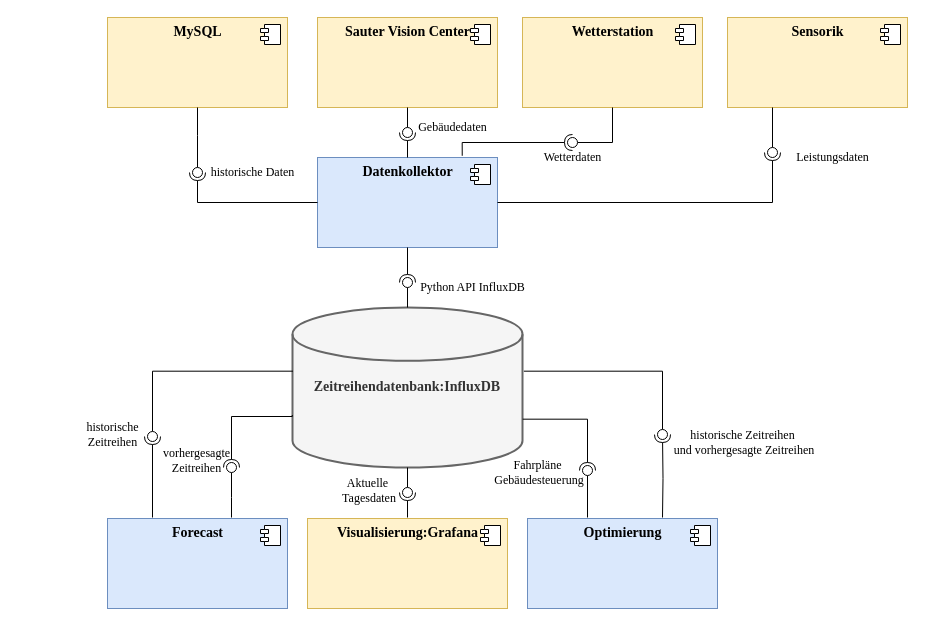
The draw.io diagram Diagramms/DrawIO/uml.drawio in OberMarco/OpenSourceSoftwareUML, before the edit. Source tidied: cells renumbered, new cells numbered last; positions are measured from the earlier drawing's top-left corner, leaving out a move shared by most shapes. Both pictures are drawn from the tidied source at 100%, with x=0, y=0 at pixel (77, 17).
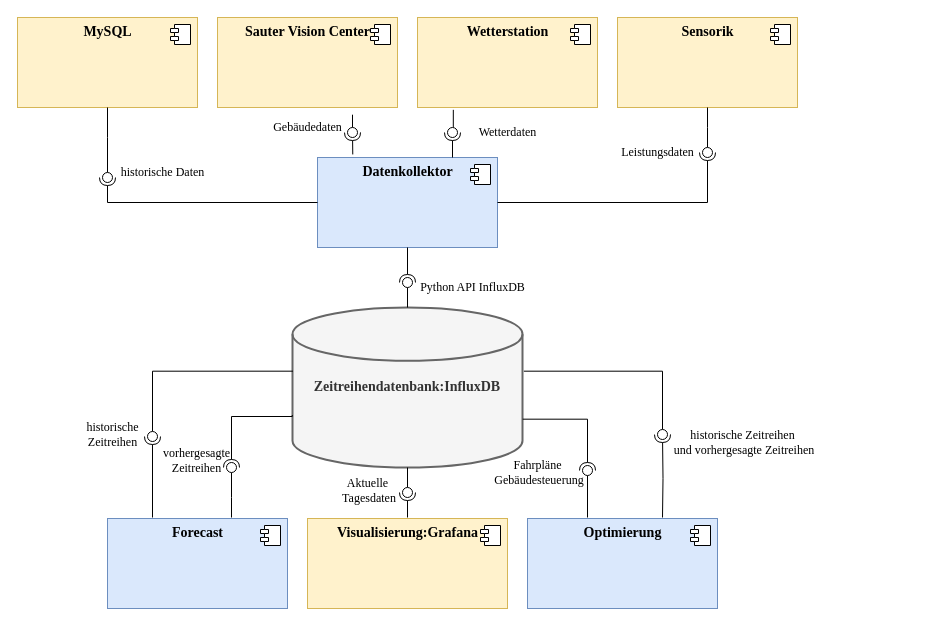
After the change.

Unchanged cells that the change refers to:
```xml
<mxCell id="9" value="Datenkollektor" style="html=1;fontFamily=Garamond;fontSize=14;fontStyle=1;verticalAlign=top;fillColor=#dae8fc;strokeColor=#6c8ebf;" parent="1" vertex="1">
  <mxGeometry x="240" y="140" width="180" height="90" as="geometry" />
</mxCell>
```

The edit, as a diff of the source:
```diff
@@
     <mxCell id="11" value="MySQL" style="html=1;fontFamily=Garamond;fontSize=14;fontStyle=1;verticalAlign=top;fillColor=#fff2cc;strokeColor=#d6b656;" parent="1" vertex="1">
-      <mxGeometry x="30" width="180" height="90" as="geometry" />
+      <mxGeometry x="-60" width="180" height="90" as="geometry" />
     </mxCell>
@@
     <mxCell id="13" value="Sauter Vision Center" style="html=1;fontFamily=Garamond;fontSize=14;fontStyle=1;verticalAlign=top;fillColor=#fff2cc;strokeColor=#d6b656;" parent="1" vertex="1">
-      <mxGeometry x="240" width="180" height="90" as="geometry" />
+      <mxGeometry x="140" width="180" height="90" as="geometry" />
     </mxCell>
@@
     <mxCell id="15" value="Wetterstation" style="html=1;fontFamily=Garamond;fontSize=14;fontStyle=1;verticalAlign=top;fillColor=#fff2cc;strokeColor=#d6b656;" parent="1" vertex="1">
-      <mxGeometry x="445" width="180" height="90" as="geometry" />
+      <mxGeometry x="340" width="180" height="90" as="geometry" />
     </mxCell>
@@
     <mxCell id="17" value="Sensorik" style="html=1;fontFamily=Garamond;fontSize=14;fontStyle=1;verticalAlign=top;fillColor=#fff2cc;strokeColor=#d6b656;" parent="1" vertex="1">
-      <mxGeometry x="650" width="180" height="90" as="geometry" />
+      <mxGeometry x="540" width="180" height="90" as="geometry" />
     </mxCell>
@@
-    <mxCell id="19" style="rounded=0;jettySize=auto;html=1;endArrow=none;endFill=0;sketch=0;sourcePerimeterSpacing=0;targetPerimeterSpacing=0;exitX=0.25;exitY=1;exitDx=0;exitDy=0;edgeStyle=orthogonalEdgeStyle;fontFamily=Garamond;" parent="1" edge="1" source="17" target="21">
-      <mxGeometry relative="1" as="geometry" />
+    <mxCell id="19" style="rounded=0;jettySize=auto;html=1;endArrow=none;endFill=0;sketch=0;sourcePerimeterSpacing=0;targetPerimeterSpacing=0;edgeStyle=orthogonalEdgeStyle;fontFamily=Garamond;" parent="1" edge="1" target="21">
+      <mxGeometry relative="1" as="geometry">
+        <mxPoint x="630" y="90" as="sourcePoint" />
+        <Array as="points">
+          <mxPoint x="630" y="90" />
+          <mxPoint x="630" y="110" />
+          <mxPoint x="695" y="110" />
+        </Array>
+      </mxGeometry>
     </mxCell>
     <mxCell id="20" style="rounded=0;jettySize=auto;html=1;endArrow=halfCircle;endFill=0;entryX=0.5;entryY=0.5;endSize=6;strokeWidth=1;sketch=0;exitX=1;exitY=0.5;exitDx=0;exitDy=0;edgeStyle=orthogonalEdgeStyle;fontFamily=Garamond;" parent="1" edge="1" source="9" target="21">
       <mxGeometry relative="1" as="geometry">
         <Array as="points">
-          <mxPoint x="695" y="185" />
+          <mxPoint x="630" y="185" />
         </Array>
       </mxGeometry>
     </mxCell>
     <mxCell id="21" style="ellipse;whiteSpace=wrap;html=1;align=center;points=[];outlineConnect=0;sketch=0;fontFamily=Garamond;" parent="1" vertex="1">
-      <mxGeometry x="690" y="130" width="10" height="10" as="geometry" />
+      <mxGeometry x="625" y="130" width="10" height="10" as="geometry" />
     </mxCell>
-    <mxCell id="22" style="rounded=0;jettySize=auto;html=1;endArrow=none;endFill=0;sketch=0;sourcePerimeterSpacing=0;targetPerimeterSpacing=0;exitX=0.5;exitY=1;exitDx=0;exitDy=0;edgeStyle=orthogonalEdgeStyle;fontFamily=Garamond;" parent="1" edge="1" source="15" target="24">
-      <mxGeometry relative="1" as="geometry">
-        <Array as="points">
-          <mxPoint x="535" y="125" />
-        </Array>
-      </mxGeometry>
+    <mxCell id="22" style="rounded=0;jettySize=auto;html=1;endArrow=none;endFill=0;sketch=0;sourcePerimeterSpacing=0;targetPerimeterSpacing=0;exitX=0.199;exitY=1.026;exitDx=0;exitDy=0;edgeStyle=orthogonalEdgeStyle;fontFamily=Garamond;exitPerimeter=0;" parent="1" edge="1" source="15" target="24">
+      <mxGeometry relative="1" as="geometry" />
     </mxCell>
-    <mxCell id="23" style="rounded=0;jettySize=auto;html=1;endArrow=halfCircle;endFill=0;entryX=0.5;entryY=0.5;endSize=6;strokeWidth=1;sketch=0;edgeStyle=orthogonalEdgeStyle;fontFamily=Garamond;exitX=0.804;exitY=-0.019;exitDx=0;exitDy=0;exitPerimeter=0;" parent="1" edge="1" source="9" target="24">
-      <mxGeometry relative="1" as="geometry">
-        <Array as="points">
-          <mxPoint x="385" y="125" />
-        </Array>
-      </mxGeometry>
+    <mxCell id="23" style="rounded=0;jettySize=auto;html=1;endArrow=halfCircle;endFill=0;entryX=0.5;entryY=0.5;endSize=6;strokeWidth=1;sketch=0;edgeStyle=orthogonalEdgeStyle;fontFamily=Garamond;exitX=0.75;exitY=0;exitDx=0;exitDy=0;" parent="1" edge="1" source="9" target="24">
+      <mxGeometry relative="1" as="geometry" />
     </mxCell>
     <mxCell id="24" style="ellipse;whiteSpace=wrap;html=1;align=center;points=[];outlineConnect=0;sketch=0;fontFamily=Garamond;" parent="1" vertex="1">
-      <mxGeometry x="490" y="120" width="10" height="10" as="geometry" />
+      <mxGeometry x="370" y="110" width="10" height="10" as="geometry" />
     </mxCell>
-    <mxCell id="25" style="rounded=0;jettySize=auto;html=1;endArrow=none;endFill=0;sketch=0;sourcePerimeterSpacing=0;targetPerimeterSpacing=0;exitX=0.5;exitY=1;exitDx=0;exitDy=0;fontFamily=Garamond;" parent="1" edge="1" source="13" target="27">
+    <mxCell id="25" style="rounded=0;jettySize=auto;html=1;endArrow=none;endFill=0;sketch=0;sourcePerimeterSpacing=0;targetPerimeterSpacing=0;exitX=0.75;exitY=1.08;exitDx=0;exitDy=0;fontFamily=Garamond;exitPerimeter=0;" parent="1" edge="1" source="13" target="27">
       <mxGeometry relative="1" as="geometry" />
     </mxCell>
-    <mxCell id="26" style="rounded=0;jettySize=auto;html=1;endArrow=halfCircle;endFill=0;entryX=0.5;entryY=0.5;endSize=6;strokeWidth=1;sketch=0;exitX=0.5;exitY=0;exitDx=0;exitDy=0;fontFamily=Garamond;" parent="1" edge="1" source="9" target="27">
+    <mxCell id="26" style="rounded=0;jettySize=auto;html=1;endArrow=halfCircle;endFill=0;entryX=0.5;entryY=0.5;endSize=6;strokeWidth=1;sketch=0;exitX=0.196;exitY=-0.034;exitDx=0;exitDy=0;fontFamily=Garamond;exitPerimeter=0;" parent="1" edge="1" source="9" target="27">
       <mxGeometry relative="1" as="geometry" />
     </mxCell>
     <mxCell id="27" style="ellipse;whiteSpace=wrap;html=1;align=center;points=[];outlineConnect=0;sketch=0;fontFamily=Garamond;" parent="1" vertex="1">
-      <mxGeometry x="325" y="110" width="10" height="10" as="geometry" />
+      <mxGeometry x="270" y="110" width="10" height="10" as="geometry" />
     </mxCell>
     <mxCell id="28" style="rounded=0;jettySize=auto;html=1;endArrow=none;endFill=0;sketch=0;sourcePerimeterSpacing=0;targetPerimeterSpacing=0;exitX=0.5;exitY=1;exitDx=0;exitDy=0;edgeStyle=orthogonalEdgeStyle;fontFamily=Garamond;" parent="1" edge="1" source="11" target="30">
       <mxGeometry relative="1" as="geometry">
         <Array as="points">
-          <mxPoint x="120" y="118" />
+          <mxPoint x="30" y="120" />
+          <mxPoint x="30" y="120" />
         </Array>
       </mxGeometry>
     </mxCell>
     <mxCell id="29" style="rounded=0;jettySize=auto;html=1;endArrow=halfCircle;endFill=0;entryX=0.5;entryY=0.5;endSize=6;strokeWidth=1;sketch=0;exitX=0;exitY=0.5;exitDx=0;exitDy=0;edgeStyle=orthogonalEdgeStyle;fontFamily=Garamond;" parent="1" edge="1" source="9" target="30">
       <mxGeometry relative="1" as="geometry">
         <Array as="points">
-          <mxPoint x="120" y="185" />
+          <mxPoint x="30" y="185" />
         </Array>
       </mxGeometry>
     </mxCell>
     <mxCell id="30" style="ellipse;whiteSpace=wrap;html=1;align=center;points=[];outlineConnect=0;sketch=0;fontFamily=Garamond;" parent="1" vertex="1">
-      <mxGeometry x="115" y="150" width="10" height="10" as="geometry" />
+      <mxGeometry x="25" y="155" width="10" height="10" as="geometry" />
     </mxCell>
@@
     <mxCell id="55" value="Leistungsdaten" style="text;html=1;align=center;verticalAlign=middle;strokeColor=none;fillColor=none;fontFamily=Garamond;" parent="1" vertex="1">
-      <mxGeometry x="710" y="130" width="90" height="20" as="geometry" />
+      <mxGeometry x="535" y="125" width="90" height="20" as="geometry" />
     </mxCell>
     <mxCell id="56" value="Wetterdaten" style="text;html=1;align=center;verticalAlign=middle;strokeColor=none;fillColor=none;fontFamily=Garamond;" parent="1" vertex="1">
-      <mxGeometry x="460" y="130" width="70" height="20" as="geometry" />
+      <mxGeometry x="395" y="105" width="70" height="20" as="geometry" />
     </mxCell>
     <mxCell id="57" value="Gebäudedaten" style="text;html=1;align=center;verticalAlign=middle;strokeColor=none;fillColor=none;fontFamily=Garamond;" parent="1" vertex="1">
-      <mxGeometry x="335" y="100" width="80" height="20" as="geometry" />
+      <mxGeometry x="190" y="100" width="80" height="20" as="geometry" />
     </mxCell>
     <mxCell id="58" value="historische Daten" style="text;html=1;align=center;verticalAlign=middle;strokeColor=none;fillColor=none;fontFamily=Garamond;" parent="1" vertex="1">
-      <mxGeometry x="125" y="145" width="100" height="20" as="geometry" />
+      <mxGeometry x="35" y="145" width="100" height="20" as="geometry" />
     </mxCell>
```
